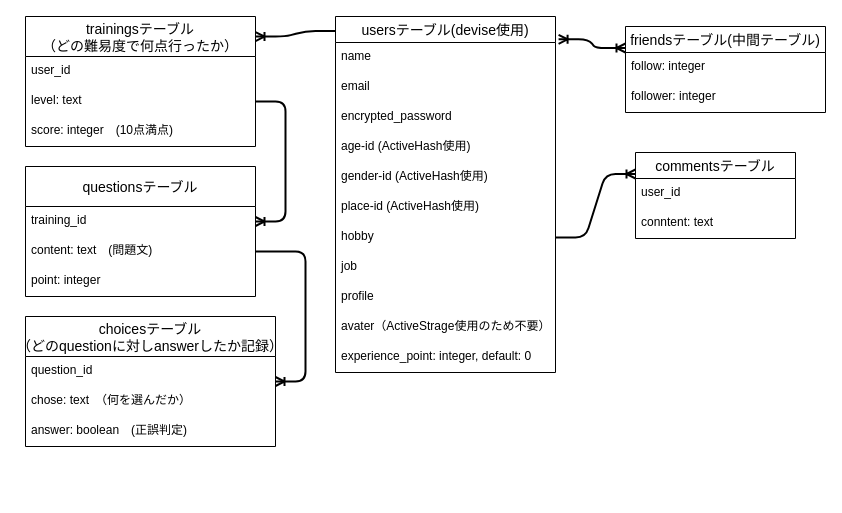
This is ER_zu.dio from daicheez/kotopark, a draw.io file, before an edit. Source tidied: cells renumbered, new cells numbered last; positions are measured from the earlier drawing's top-left corner, leaving out a move shared by most shapes. Both pictures are drawn from the tidied source at 100%, with x=0, y=0 at pixel (25, 16).
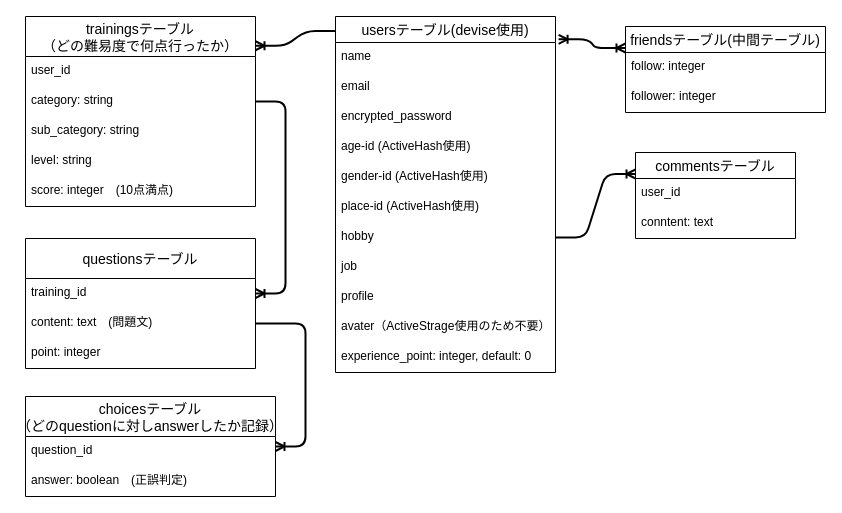
Above is the later version.

The edit, as a diff of the source:
```diff
@@
     <mxCell id="22" value="choicesテーブル&#10;（どのquestionに対しanswerしたか記録）" style="swimlane;fontStyle=0;horizontal=1;startSize=40;align=center;fontSize=14;" parent="1" vertex="1">
-      <mxGeometry y="300" width="250" height="130" as="geometry" />
+      <mxGeometry y="380" width="250" height="100" as="geometry" />
     </mxCell>
@@
-    <mxCell id="24" value="chose: text　（何を選んだか）" style="text;strokeColor=none;fillColor=none;spacingLeft=4;spacingRight=4;overflow=hidden;fontSize=12;" parent="22" vertex="1">
-      <mxGeometry y="70" width="250" height="30" as="geometry" />
-    </mxCell>
     <mxCell id="25" value="answer: boolean　(正誤判定)" style="text;strokeColor=none;fillColor=none;spacingLeft=4;spacingRight=4;overflow=hidden;fontSize=12;" parent="22" vertex="1">
-      <mxGeometry y="100" width="250" height="30" as="geometry" />
+      <mxGeometry y="70" width="250" height="30" as="geometry" />
     </mxCell>
@@
     <mxCell id="28" value="trainingsテーブル&#10;（どの難易度で何点行ったか）" style="swimlane;fontStyle=0;horizontal=1;startSize=40;align=center;fontSize=14;" parent="1" vertex="1">
-      <mxGeometry width="230" height="130" as="geometry" />
+      <mxGeometry width="230" height="190" as="geometry" />
     </mxCell>
@@
-    <mxCell id="30" value="level: text" style="text;strokeColor=none;fillColor=none;spacingLeft=4;spacingRight=4;overflow=hidden;points=[[0,0.5],[1,0.5]];portConstraint=eastwest;fontSize=12;" parent="28" vertex="1">
+    <mxCell id="30" value="category: string" style="text;strokeColor=none;fillColor=none;spacingLeft=4;spacingRight=4;overflow=hidden;points=[[0,0.5],[1,0.5]];portConstraint=eastwest;fontSize=12;" parent="28" vertex="1">
       <mxGeometry y="70" width="230" height="30" as="geometry" />
     </mxCell>
+    <mxCell id="37" value="sub_category: string" style="text;strokeColor=none;fillColor=none;spacingLeft=4;spacingRight=4;overflow=hidden;fontSize=12;" parent="28" vertex="1">
+      <mxGeometry y="100" width="230" height="30" as="geometry" />
+    </mxCell>
+    <mxCell id="38" value="level: string" style="text;strokeColor=none;fillColor=none;spacingLeft=4;spacingRight=4;overflow=hidden;fontSize=12;" parent="28" vertex="1">
+      <mxGeometry y="130" width="230" height="30" as="geometry" />
+    </mxCell>
     <mxCell id="31" value="score: integer　(10点満点)" style="text;strokeColor=none;fillColor=none;spacingLeft=4;spacingRight=4;overflow=hidden;fontSize=12;" parent="28" vertex="1">
-      <mxGeometry y="100" width="230" height="30" as="geometry" />
+      <mxGeometry y="160" width="230" height="30" as="geometry" />
     </mxCell>
     <mxCell id="32" value="questionsテーブル" style="swimlane;fontStyle=0;horizontal=1;startSize=40;align=center;fontSize=14;" parent="1" vertex="1">
-      <mxGeometry y="150" width="230" height="130" as="geometry" />
+      <mxGeometry y="222" width="230" height="130" as="geometry" />
     </mxCell>
```
